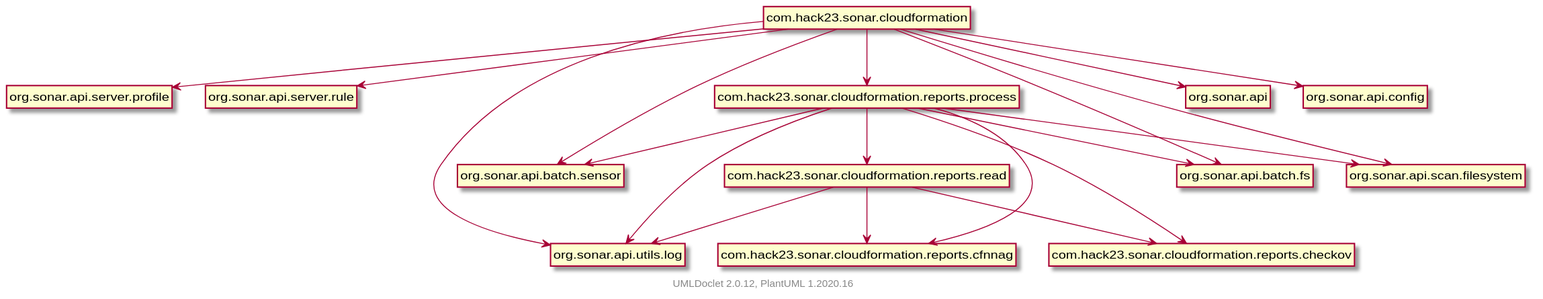
Before: apidocs/package-dependencies.svg, a diagram exported from PlantUML (Hack23/sonar-cloudformation-plugin).
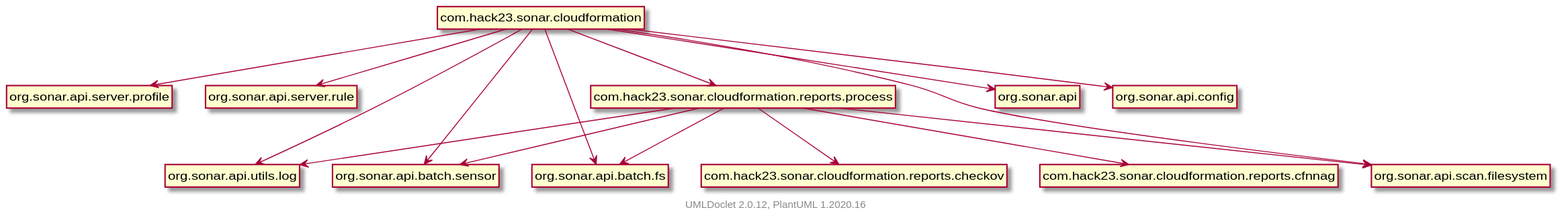
After the commit.

What changed in the source:
```diff
@@ -13,11 +13,7 @@
     com.hack23.sonar.cloudformation --> org.sonar.api.scan.filesystem
     com.hack23.sonar.cloudformation --> org.sonar.api
     com.hack23.sonar.cloudformation --> org.sonar.api.config
-    com.hack23.sonar.cloudformation.reports.read --> org.sonar.api.utils.log
-    com.hack23.sonar.cloudformation.reports.read --> com.hack23.sonar.cloudformation.reports.cfnnag
-    com.hack23.sonar.cloudformation.reports.read --> com.hack23.sonar.cloudformation.reports.checkov
     com.hack23.sonar.cloudformation.reports.process --> org.sonar.api.utils.log
-    com.hack23.sonar.cloudformation.reports.process --> com.hack23.sonar.cloudformation.reports.read
     com.hack23.sonar.cloudformation.reports.process --> org.sonar.api.scan.filesystem
     com.hack23.sonar.cloudformation.reports.process --> org.sonar.api.batch.fs
     com.hack23.sonar.cloudformation.reports.process --> org.sonar.api.batch.sensor
@@ -28,11 +24,9 @@
     }
     class "com.hack23.sonar.cloudformation.reports.process" [[com/hack23/sonar/cloudformation/reports/process/package-summary.html]] {
     }
-    class "com.hack23.sonar.cloudformation.reports.read" [[com/hack23/sonar/cloudformation/reports/read/package-summary.html]] {
+    class "com.hack23.sonar.cloudformation.reports.checkov" [[com/hack23/sonar/cloudformation/reports/checkov/package-summary.html]] {
     }
     class "com.hack23.sonar.cloudformation.reports.cfnnag" [[com/hack23/sonar/cloudformation/reports/cfnnag/package-summary.html]] {
-    }
-    class "com.hack23.sonar.cloudformation.reports.checkov" [[com/hack23/sonar/cloudformation/reports/checkov/package-summary.html]] {
     }
 
     center footer UMLDoclet 2.0.12, PlantUML 1.2020.16
```
